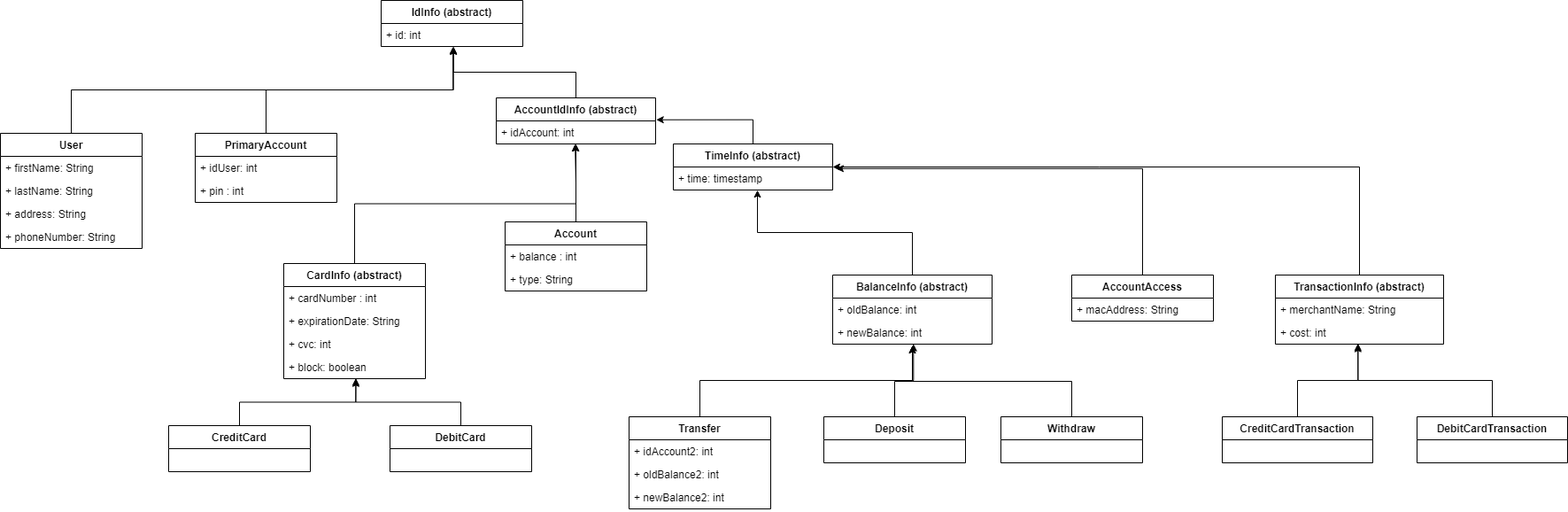
Above: src/main/resources/datamodel_hierarchy.png in ftranlaba/atm-group-project (draw.io), before the change. Source tidied: cells renumbered, new cells last; positions are measured from the earlier drawing's top-left corner, leaving out a move shared by most shapes.
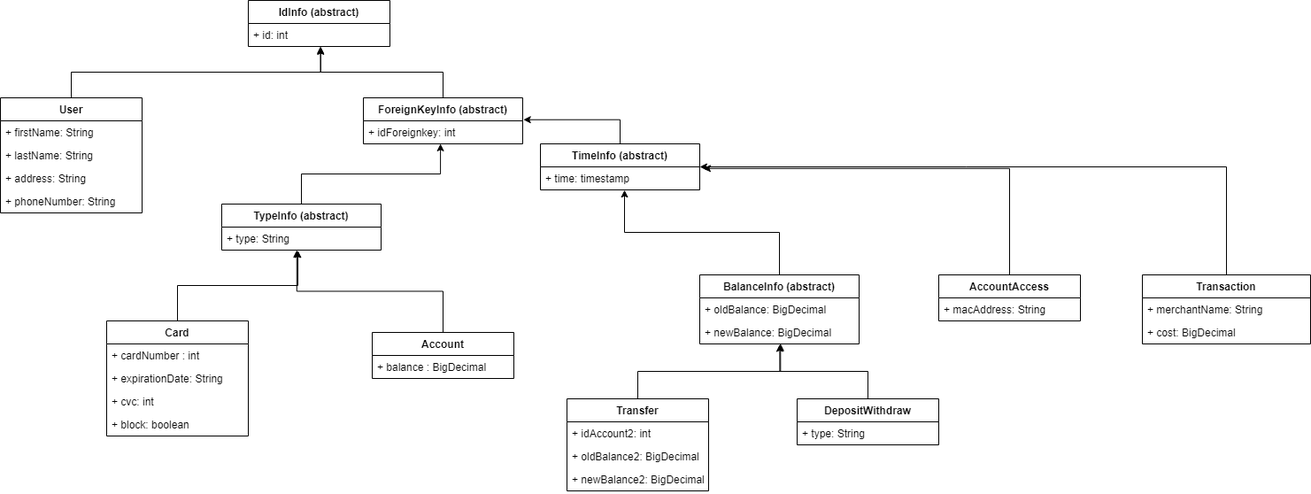
The same file after the commit.

What changed in the source:
```diff
@@ -12,7 +12,7 @@
       <mxGeometry relative="1" as="geometry" />
     </mxCell>
     <mxCell id="5" value="User" style="swimlane;fontStyle=1;align=center;verticalAlign=top;horizontal=1;startSize=26;" parent="1" vertex="1">
-      <mxGeometry y="150" width="160" height="130" as="geometry" />
+      <mxGeometry x="150" y="110" width="160" height="130" as="geometry" />
     </mxCell>
     <mxCell id="6" value="+ firstName: String" style="text;strokeColor=none;fillColor=none;align=left;verticalAlign=top;spacingLeft=4;spacingRight=4;overflow=hidden;" parent="5" vertex="1">
       <mxGeometry y="26" width="160" height="26" as="geometry" />
@@ -26,43 +26,28 @@
     <mxCell id="9" value="+ phoneNumber: String" style="text;strokeColor=none;fillColor=none;align=left;verticalAlign=top;spacingLeft=4;spacingRight=4;overflow=hidden;" parent="5" vertex="1">
       <mxGeometry y="104" width="160" height="26" as="geometry" />
     </mxCell>
-    <mxCell id="10" style="edgeStyle=orthogonalEdgeStyle;rounded=0;jettySize=auto;html=1;exitX=0.5;exitY=0;exitDx=0;exitDy=0;entryX=0.507;entryY=1.02;entryDx=0;entryDy=0;entryPerimeter=0;" parent="1" edge="1" source="11" target="3">
-      <mxGeometry relative="1" as="geometry" />
-    </mxCell>
-    <mxCell id="11" value="PrimaryAccount" style="swimlane;fontStyle=1;align=center;verticalAlign=top;horizontal=1;startSize=26;" parent="1" vertex="1">
-      <mxGeometry x="220" y="150" width="160" height="78" as="geometry" />
-    </mxCell>
-    <mxCell id="12" value="+ idUser: int" style="text;strokeColor=none;fillColor=none;align=left;verticalAlign=top;spacingLeft=4;spacingRight=4;overflow=hidden;" parent="11" vertex="1">
-      <mxGeometry y="26" width="160" height="26" as="geometry" />
-    </mxCell>
-    <mxCell id="13" value="+ pin : int" style="text;strokeColor=none;fillColor=none;align=left;verticalAlign=top;spacingLeft=4;spacingRight=4;overflow=hidden;" parent="11" vertex="1">
-      <mxGeometry y="52" width="160" height="26" as="geometry" />
-    </mxCell>
-    <mxCell id="14" style="edgeStyle=orthogonalEdgeStyle;rounded=0;jettySize=auto;html=1;exitX=0.5;exitY=0;exitDx=0;exitDy=0;entryX=0.495;entryY=1;entryDx=0;entryDy=0;entryPerimeter=0;" parent="1" edge="1" source="15" target="39">
+    <mxCell id="14" style="edgeStyle=orthogonalEdgeStyle;rounded=0;jettySize=auto;html=1;exitX=0.5;exitY=0;exitDx=0;exitDy=0;entryX=0.471;entryY=1;entryDx=0;entryDy=0;entryPerimeter=0;" parent="1" edge="1" source="15" target="17">
       <mxGeometry relative="1" as="geometry" />
     </mxCell>
     <mxCell id="15" value="Account" style="swimlane;fontStyle=1;align=center;verticalAlign=top;horizontal=1;startSize=26;" parent="1" vertex="1">
-      <mxGeometry x="570" y="250" width="160" height="78" as="geometry" />
+      <mxGeometry x="570" y="375" width="160" height="52" as="geometry" />
     </mxCell>
-    <mxCell id="16" value="+ balance : int" style="text;strokeColor=none;fillColor=none;align=left;verticalAlign=top;spacingLeft=4;spacingRight=4;overflow=hidden;" parent="15" vertex="1">
+    <mxCell id="16" value="+ balance : BigDecimal" style="text;strokeColor=none;fillColor=none;align=left;verticalAlign=top;spacingLeft=4;spacingRight=4;overflow=hidden;" parent="15" vertex="1">
       <mxGeometry y="26" width="160" height="26" as="geometry" />
     </mxCell>
-    <mxCell id="17" value="+ type: String" style="text;strokeColor=none;fillColor=none;align=left;verticalAlign=top;spacingLeft=4;spacingRight=4;overflow=hidden;points=[[0,0.5],[1,0.5]];portConstraint=eastwest;" parent="15" vertex="1">
-      <mxGeometry y="52" width="160" height="26" as="geometry" />
-    </mxCell>
     <mxCell id="18" style="edgeStyle=orthogonalEdgeStyle;rounded=0;jettySize=auto;html=1;exitX=0.5;exitY=0;exitDx=0;exitDy=0;entryX=0.507;entryY=0.987;entryDx=0;entryDy=0;entryPerimeter=0;" parent="1" edge="1" source="19" target="29">
       <mxGeometry relative="1" as="geometry" />
     </mxCell>
     <mxCell id="19" value="Transfer" style="swimlane;fontStyle=1;align=center;verticalAlign=top;horizontal=1;startSize=26;" parent="1" vertex="1">
-      <mxGeometry x="710" y="470" width="160" height="104" as="geometry" />
+      <mxGeometry x="790" y="450" width="160" height="104" as="geometry" />
     </mxCell>
     <mxCell id="20" value="+ idAccount2: int" style="text;strokeColor=none;fillColor=none;align=left;verticalAlign=top;spacingLeft=4;spacingRight=4;overflow=hidden;" parent="19" vertex="1">
       <mxGeometry y="26" width="160" height="26" as="geometry" />
     </mxCell>
-    <mxCell id="21" value="+ oldBalance2: int" style="text;strokeColor=none;fillColor=none;align=left;verticalAlign=top;spacingLeft=4;spacingRight=4;overflow=hidden;" parent="19" vertex="1">
+    <mxCell id="21" value="+ oldBalance2: BigDecimal" style="text;strokeColor=none;fillColor=none;align=left;verticalAlign=top;spacingLeft=4;spacingRight=4;overflow=hidden;" parent="19" vertex="1">
       <mxGeometry y="52" width="160" height="26" as="geometry" />
     </mxCell>
-    <mxCell id="22" value="+ newBalance2: int" style="text;strokeColor=none;fillColor=none;align=left;verticalAlign=top;spacingLeft=4;spacingRight=4;overflow=hidden;" parent="19" vertex="1">
+    <mxCell id="22" value="+ newBalance2: BigDecimal" style="text;strokeColor=none;fillColor=none;align=left;verticalAlign=top;spacingLeft=4;spacingRight=4;overflow=hidden;" parent="19" vertex="1">
       <mxGeometry y="78" width="160" height="26" as="geometry" />
     </mxCell>
     <mxCell id="23" style="edgeStyle=orthogonalEdgeStyle;rounded=0;jettySize=auto;html=1;exitX=0.5;exitY=0;exitDx=0;exitDy=0;entryX=1.004;entryY=-0.049;entryDx=0;entryDy=0;entryPerimeter=0;" parent="1" edge="1" source="24" target="39">
@@ -80,28 +65,21 @@
     <mxCell id="27" value="BalanceInfo (abstract)" style="swimlane;fontStyle=1;align=center;verticalAlign=top;horizontal=1;startSize=26;" parent="1" vertex="1">
       <mxGeometry x="940" y="310" width="180" height="78" as="geometry" />
     </mxCell>
-    <mxCell id="28" value="+ oldBalance: int" style="text;strokeColor=none;fillColor=none;align=left;verticalAlign=top;spacingLeft=4;spacingRight=4;overflow=hidden;" parent="27" vertex="1">
+    <mxCell id="28" value="+ oldBalance: BigDecimal" style="text;strokeColor=none;fillColor=none;align=left;verticalAlign=top;spacingLeft=4;spacingRight=4;overflow=hidden;" parent="27" vertex="1">
       <mxGeometry y="26" width="180" height="26" as="geometry" />
     </mxCell>
-    <mxCell id="29" value="+ newBalance: int" style="text;strokeColor=none;fillColor=none;align=left;verticalAlign=top;spacingLeft=4;spacingRight=4;overflow=hidden;points=[[0,0.5],[1,0.5]];portConstraint=eastwest;" parent="27" vertex="1">
+    <mxCell id="29" value="+ newBalance: BigDecimal" style="text;strokeColor=none;fillColor=none;align=left;verticalAlign=top;spacingLeft=4;spacingRight=4;overflow=hidden;points=[[0,0.5],[1,0.5]];portConstraint=eastwest;" parent="27" vertex="1">
       <mxGeometry y="52" width="180" height="26" as="geometry" />
     </mxCell>
-    <mxCell id="30" style="edgeStyle=orthogonalEdgeStyle;rounded=0;jettySize=auto;html=1;" parent="1" edge="1" source="31">
-      <mxGeometry relative="1" as="geometry">
-        <mxPoint x="1030" y="390" as="targetPoint" />
-      </mxGeometry>
-    </mxCell>
+    <mxCell id="58" style="edgeStyle=orthogonalEdgeStyle;rounded=0;jettySize=auto;html=1;exitX=0.5;exitY=0;exitDx=0;exitDy=0;entryX=0.502;entryY=1.018;entryDx=0;entryDy=0;entryPerimeter=0;" parent="1" edge="1" source="31" target="29">
+      <mxGeometry relative="1" as="geometry" />
+    </mxCell>
-    <mxCell id="31" value="Deposit" style="swimlane;fontStyle=1;align=center;verticalAlign=top;horizontal=1;startSize=26;" parent="1" vertex="1">
-      <mxGeometry x="930" y="470" width="160" height="52" as="geometry" />
+    <mxCell id="31" value="DepositWithdraw" style="swimlane;fontStyle=1;align=center;verticalAlign=top;horizontal=1;startSize=26;" parent="1" vertex="1">
+      <mxGeometry x="1050" y="450" width="160" height="52" as="geometry" />
     </mxCell>
-    <mxCell id="32" style="edgeStyle=orthogonalEdgeStyle;rounded=0;jettySize=auto;html=1;exitX=0.5;exitY=0;exitDx=0;exitDy=0;" parent="1" edge="1" source="33">
-      <mxGeometry relative="1" as="geometry">
-        <mxPoint x="1030" y="390" as="targetPoint" />
-      </mxGeometry>
-    </mxCell>
-    <mxCell id="33" value="Withdraw" style="swimlane;fontStyle=1;align=center;verticalAlign=top;horizontal=1;startSize=26;" parent="1" vertex="1">
-      <mxGeometry x="1130" y="470" width="160" height="52" as="geometry" />
-    </mxCell>
+    <mxCell id="59" value="+ type: String" style="text;strokeColor=none;fillColor=none;align=left;verticalAlign=top;spacingLeft=4;spacingRight=4;overflow=hidden;" parent="31" vertex="1">
+      <mxGeometry y="26" width="160" height="26" as="geometry" />
+    </mxCell>
     <mxCell id="34" style="edgeStyle=orthogonalEdgeStyle;rounded=0;jettySize=auto;html=1;exitX=0.5;exitY=0;exitDx=0;exitDy=0;entryX=1.022;entryY=0.07;entryDx=0;entryDy=0;entryPerimeter=0;" parent="1" edge="1" source="35" target="25">
       <mxGeometry relative="1" as="geometry" />
     </mxCell>
@@ -114,17 +92,17 @@
     <mxCell id="37" style="edgeStyle=orthogonalEdgeStyle;rounded=0;jettySize=auto;html=1;exitX=0.5;exitY=0;exitDx=0;exitDy=0;entryX=0.511;entryY=1.037;entryDx=0;entryDy=0;entryPerimeter=0;" parent="1" edge="1" source="38" target="3">
       <mxGeometry relative="1" as="geometry" />
     </mxCell>
-    <mxCell id="38" value="AccountIdInfo (abstract)" style="swimlane;fontStyle=1;align=center;verticalAlign=top;horizontal=1;startSize=26;" parent="1" vertex="1">
+    <mxCell id="38" value="ForeignKeyInfo (abstract)" style="swimlane;fontStyle=1;align=center;verticalAlign=top;horizontal=1;startSize=26;" parent="1" vertex="1">
       <mxGeometry x="560" y="110" width="180" height="52" as="geometry" />
     </mxCell>
-    <mxCell id="39" value="+ idAccount: int" style="text;strokeColor=none;fillColor=none;align=left;verticalAlign=top;spacingLeft=4;spacingRight=4;overflow=hidden;points=[[0,0.5],[1,0.5]];portConstraint=eastwest;" parent="38" vertex="1">
+    <mxCell id="39" value="+ idForeignkey: int" style="text;strokeColor=none;fillColor=none;align=left;verticalAlign=top;spacingLeft=4;spacingRight=4;overflow=hidden;points=[[0,0.5],[1,0.5]];portConstraint=eastwest;" parent="38" vertex="1">
       <mxGeometry y="26" width="180" height="26" as="geometry" />
     </mxCell>
-    <mxCell id="40" style="edgeStyle=orthogonalEdgeStyle;rounded=0;jettySize=auto;html=1;exitX=0.5;exitY=0;exitDx=0;exitDy=0;entryX=0.5;entryY=1;entryDx=0;entryDy=0;" parent="1" edge="1" source="41" target="38">
-      <mxGeometry relative="1" as="geometry" />
-    </mxCell>
+    <mxCell id="60" style="edgeStyle=orthogonalEdgeStyle;rounded=0;jettySize=auto;html=1;exitX=0.5;exitY=0;exitDx=0;exitDy=0;entryX=0.478;entryY=1.015;entryDx=0;entryDy=0;entryPerimeter=0;" parent="1" edge="1" source="41" target="17">
+      <mxGeometry relative="1" as="geometry" />
+    </mxCell>
-    <mxCell id="41" value="CardInfo (abstract)" style="swimlane;fontStyle=1;align=center;verticalAlign=top;horizontal=1;startSize=26;" parent="1" vertex="1">
-      <mxGeometry x="320" y="297" width="160" height="130" as="geometry" />
+    <mxCell id="41" value="Card" style="swimlane;fontStyle=1;align=center;verticalAlign=top;horizontal=1;startSize=26;" parent="1" vertex="1">
+      <mxGeometry x="270" y="362" width="160" height="130" as="geometry" />
     </mxCell>
     <mxCell id="42" value="+ cardNumber : int" style="text;strokeColor=none;fillColor=none;align=left;verticalAlign=top;spacingLeft=4;spacingRight=4;overflow=hidden;" parent="41" vertex="1">
       <mxGeometry y="26" width="160" height="26" as="geometry" />
@@ -138,41 +116,26 @@
     <mxCell id="45" value="+ block: boolean" style="text;strokeColor=none;fillColor=none;align=left;verticalAlign=top;spacingLeft=4;spacingRight=4;overflow=hidden;points=[[0,0.5],[1,0.5]];portConstraint=eastwest;" parent="41" vertex="1">
       <mxGeometry y="104" width="160" height="26" as="geometry" />
     </mxCell>
-    <mxCell id="46" style="edgeStyle=orthogonalEdgeStyle;rounded=0;jettySize=auto;html=1;exitX=0.5;exitY=0;exitDx=0;exitDy=0;entryX=0.509;entryY=1.028;entryDx=0;entryDy=0;entryPerimeter=0;" parent="1" edge="1" source="47" target="45">
-      <mxGeometry relative="1" as="geometry" />
-    </mxCell>
-    <mxCell id="47" value="CreditCard" style="swimlane;fontStyle=1;align=center;verticalAlign=top;horizontal=1;startSize=26;" parent="1" vertex="1">
-      <mxGeometry x="190" y="480" width="160" height="52" as="geometry" />
-    </mxCell>
-    <mxCell id="48" style="edgeStyle=orthogonalEdgeStyle;rounded=0;jettySize=auto;html=1;exitX=0.5;exitY=0;exitDx=0;exitDy=0;entryX=0.509;entryY=0.975;entryDx=0;entryDy=0;entryPerimeter=0;" parent="1" edge="1" source="49" target="45">
-      <mxGeometry relative="1" as="geometry" />
-    </mxCell>
-    <mxCell id="49" value="DebitCard" style="swimlane;fontStyle=1;align=center;verticalAlign=top;horizontal=1;startSize=26;" parent="1" vertex="1">
-      <mxGeometry x="440" y="480" width="160" height="52" as="geometry" />
-    </mxCell>
     <mxCell id="50" style="edgeStyle=orthogonalEdgeStyle;rounded=0;jettySize=auto;html=1;exitX=0.5;exitY=0;exitDx=0;exitDy=0;entryX=1;entryY=0.5;entryDx=0;entryDy=0;" parent="1" edge="1" source="51" target="24">
       <mxGeometry relative="1" as="geometry" />
     </mxCell>
-    <mxCell id="51" value="TransactionInfo (abstract)" style="swimlane;fontStyle=1;align=center;verticalAlign=top;horizontal=1;startSize=26;" parent="1" vertex="1">
+    <mxCell id="51" value="Transaction" style="swimlane;fontStyle=1;align=center;verticalAlign=top;horizontal=1;startSize=26;" parent="1" vertex="1">
       <mxGeometry x="1440" y="310" width="190" height="78" as="geometry" />
     </mxCell>
     <mxCell id="52" value="+ merchantName: String" style="text;strokeColor=none;fillColor=none;align=left;verticalAlign=top;spacingLeft=4;spacingRight=4;overflow=hidden;" parent="51" vertex="1">
       <mxGeometry y="26" width="190" height="26" as="geometry" />
     </mxCell>
-    <mxCell id="53" value="+ cost: int" style="text;strokeColor=none;fillColor=none;align=left;verticalAlign=top;spacingLeft=4;spacingRight=4;overflow=hidden;points=[[0,0.5],[1,0.5]];portConstraint=eastwest;" parent="51" vertex="1">
+    <mxCell id="53" value="+ cost: BigDecimal" style="text;strokeColor=none;fillColor=none;align=left;verticalAlign=top;spacingLeft=4;spacingRight=4;overflow=hidden;points=[[0,0.5],[1,0.5]];portConstraint=eastwest;" parent="51" vertex="1">
       <mxGeometry y="52" width="190" height="26" as="geometry" />
     </mxCell>
-    <mxCell id="54" style="edgeStyle=orthogonalEdgeStyle;rounded=0;jettySize=auto;html=1;exitX=0.5;exitY=0;exitDx=0;exitDy=0;entryX=0.491;entryY=0.962;entryDx=0;entryDy=0;entryPerimeter=0;" parent="1" edge="1" source="55" target="53">
-      <mxGeometry relative="1" as="geometry" />
-    </mxCell>
-    <mxCell id="55" value="CreditCardTransaction" style="swimlane;fontStyle=1;align=center;verticalAlign=top;horizontal=1;startSize=26;" parent="1" vertex="1">
-      <mxGeometry x="1380" y="470" width="170" height="52" as="geometry" />
-    </mxCell>
-    <mxCell id="56" style="edgeStyle=orthogonalEdgeStyle;rounded=0;jettySize=auto;html=1;exitX=0.5;exitY=0;exitDx=0;exitDy=0;entryX=0.491;entryY=1.023;entryDx=0;entryDy=0;entryPerimeter=0;" parent="1" edge="1" source="57" target="53">
-      <mxGeometry relative="1" as="geometry" />
-    </mxCell>
-    <mxCell id="57" value="DebitCardTransaction" style="swimlane;fontStyle=1;align=center;verticalAlign=top;horizontal=1;startSize=26;" parent="1" vertex="1">
-      <mxGeometry x="1600" y="470" width="170" height="52" as="geometry" />
-    </mxCell>
+    <mxCell id="61" style="edgeStyle=orthogonalEdgeStyle;rounded=0;jettySize=auto;html=1;exitX=0.5;exitY=0;exitDx=0;exitDy=0;entryX=0.484;entryY=0.996;entryDx=0;entryDy=0;entryPerimeter=0;" parent="1" edge="1" source="62" target="39">
+      <mxGeometry relative="1" as="geometry" />
+    </mxCell>
+    <mxCell id="62" value="TypeInfo (abstract)" style="swimlane;fontStyle=1;align=center;verticalAlign=top;horizontal=1;startSize=26;" parent="1" vertex="1">
+      <mxGeometry x="400" y="230" width="180" height="52" as="geometry" />
+    </mxCell>
+    <mxCell id="17" value="+ type: String" style="text;strokeColor=none;fillColor=none;align=left;verticalAlign=top;spacingLeft=4;spacingRight=4;overflow=hidden;points=[[0,0.5],[1,0.5]];portConstraint=eastwest;" parent="62" vertex="1">
+      <mxGeometry y="26" width="180" height="26" as="geometry" />
+    </mxCell>
   </root>
 </mxGraphModel>
```
